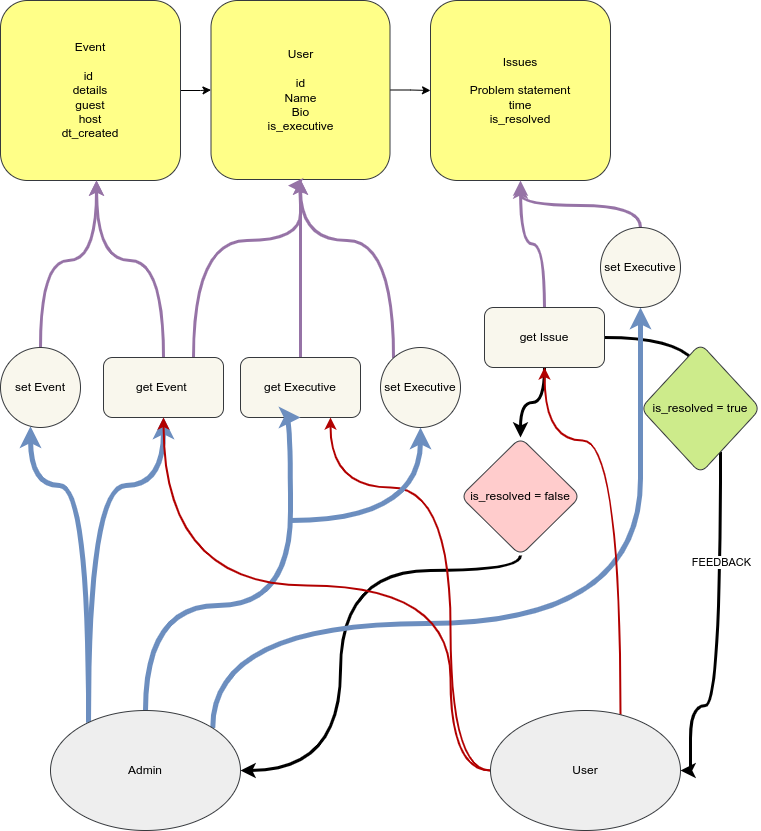
Before: backend_design.png, a diagram exported from draw.io (blackprince001/ACES-Telegram-Bot-Backend). Source tidied: cells renumbered, new cells last; positions are measured from the earlier drawing's top-left corner, leaving out a move shared by most shapes.
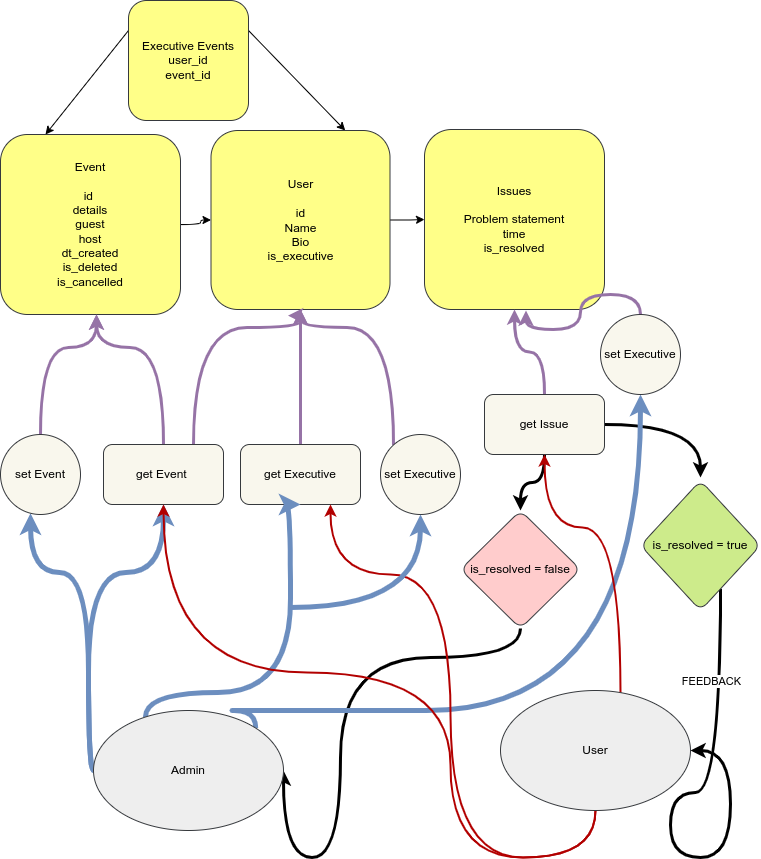
After the commit.

Commit message:
upd: Project database redesign

Diff of the diagram source:
```diff
@@ -2,20 +2,29 @@
   <root>
     <mxCell id="0" />
     <mxCell id="1" parent="0" />
+    <mxCell id="37" style="edgeStyle=none;html=1;entryX=0.75;entryY=0;entryDx=0;entryDy=0;exitX=1;exitY=0.25;exitDx=0;exitDy=0;" parent="1" edge="1" source="39" target="6">
+      <mxGeometry relative="1" as="geometry" />
+    </mxCell>
+    <mxCell id="38" style="edgeStyle=none;html=1;exitX=0;exitY=0.25;exitDx=0;exitDy=0;entryX=0.25;entryY=0;entryDx=0;entryDy=0;" parent="1" edge="1" source="39" target="3">
+      <mxGeometry relative="1" as="geometry" />
+    </mxCell>
+    <mxCell id="39" value="Executive Events&lt;br&gt;user_id&lt;br&gt;event_id" style="whiteSpace=wrap;html=1;fillColor=#ffff88;strokeColor=#36393d;rounded=1;" parent="1" vertex="1">
+      <mxGeometry x="128" y="-87" width="120" height="120" as="geometry" />
+    </mxCell>
     <mxCell id="2" style="edgeStyle=orthogonalEdgeStyle;rounded=1;jettySize=auto;html=1;curved=1;" parent="1" edge="1" source="3" target="6">
       <mxGeometry relative="1" as="geometry" />
     </mxCell>
-    <mxCell id="3" value="Event&lt;br&gt;&lt;br&gt;id&amp;nbsp;&lt;br&gt;details&lt;br&gt;guest&lt;br&gt;host&lt;br&gt;dt_created" style="whiteSpace=wrap;html=1;fillColor=#ffff88;strokeColor=#36393d;rounded=1;" parent="1" vertex="1">
-      <mxGeometry width="180" height="180" as="geometry" />
+    <mxCell id="3" value="Event&lt;br&gt;&lt;br&gt;id&amp;nbsp;&lt;br&gt;details&lt;br&gt;guest&lt;br&gt;host&lt;br&gt;dt_created&lt;br&gt;is_deleted&lt;br&gt;is_cancelled" style="whiteSpace=wrap;html=1;fillColor=#ffff88;strokeColor=#36393d;rounded=1;" parent="1" vertex="1">
+      <mxGeometry y="47" width="180" height="180" as="geometry" />
     </mxCell>
     <mxCell id="4" value="Issues&lt;br&gt;&lt;br&gt;Problem statement&lt;br&gt;time&lt;br&gt;is_resolved&lt;br&gt;" style="whiteSpace=wrap;html=1;fillColor=#ffff88;strokeColor=#36393d;rounded=1;" parent="1" vertex="1">
-      <mxGeometry x="430" width="180" height="180" as="geometry" />
+      <mxGeometry x="424" y="42" width="180" height="180" as="geometry" />
     </mxCell>
     <mxCell id="5" style="edgeStyle=orthogonalEdgeStyle;rounded=1;jettySize=auto;html=1;curved=1;" parent="1" edge="1" source="6" target="4">
       <mxGeometry relative="1" as="geometry" />
     </mxCell>
     <mxCell id="6" value="User&lt;br&gt;&lt;br&gt;id&lt;br&gt;Name&lt;br&gt;Bio&lt;br&gt;is_executive" style="whiteSpace=wrap;html=1;fillColor=#ffff88;strokeColor=#36393d;rounded=1;" parent="1" vertex="1">
-      <mxGeometry x="210.5" width="179" height="179" as="geometry" />
+      <mxGeometry x="210.5" y="43" width="179" height="179" as="geometry" />
     </mxCell>
     <mxCell id="7" style="edgeStyle=orthogonalEdgeStyle;rounded=1;jettySize=auto;html=1;fillColor=#e1d5e7;strokeColor=#9673a6;strokeWidth=3;curved=1;" parent="1" edge="1" source="10" target="3">
       <mxGeometry relative="1" as="geometry">
@@ -73,18 +82,20 @@
       <mxGeometry relative="1" as="geometry">
         <Array as="points">
           <mxPoint x="720" y="705" />
-          <mxPoint x="690" y="705" />
-          <mxPoint x="690" y="770" />
+          <mxPoint x="670" y="705" />
+          <mxPoint x="670" y="770" />
+          <mxPoint x="730" y="770" />
+          <mxPoint x="730" y="663" />
         </Array>
       </mxGeometry>
     </mxCell>
     <mxCell id="18" value="FEEDBACK" style="edgeLabel;html=1;align=center;verticalAlign=middle;rounded=1;" parent="17" vertex="1">
       <mxGeometry x="-0.39" y="2" relative="1" as="geometry">
-        <mxPoint x="-2" as="offset" />
+        <mxPoint x="-12" y="-69" as="offset" />
       </mxGeometry>
     </mxCell>
     <mxCell id="19" value="is_resolved = true" style="rhombus;whiteSpace=wrap;html=1;rounded=1;fillColor=#cdeb8b;strokeColor=#36393d;" parent="1" vertex="1">
-      <mxGeometry x="640" y="343" width="120" height="130" as="geometry" />
+      <mxGeometry x="640" y="393" width="120" height="130" as="geometry" />
     </mxCell>
     <mxCell id="20" style="edgeStyle=orthogonalEdgeStyle;rounded=1;jettySize=auto;html=1;entryX=1;entryY=0.5;entryDx=0;entryDy=0;strokeWidth=3;curved=1;" parent="1" edge="1" source="21" target="29">
       <mxGeometry relative="1" as="geometry">
@@ -95,7 +106,7 @@
       </mxGeometry>
     </mxCell>
     <mxCell id="21" value="is_resolved = false" style="rhombus;whiteSpace=wrap;html=1;rounded=1;fillColor=#ffcccc;strokeColor=#36393d;" parent="1" vertex="1">
-      <mxGeometry x="460" y="437" width="120" height="118" as="geometry" />
+      <mxGeometry x="460" y="423" width="120" height="118" as="geometry" />
     </mxCell>
     <mxCell id="22" style="edgeStyle=orthogonalEdgeStyle;rounded=1;jettySize=auto;html=1;fillColor=#e1d5e7;strokeColor=#9673a6;strokeWidth=3;curved=1;" parent="1" edge="1" source="24" target="3">
       <mxGeometry relative="1" as="geometry">
@@ -146,7 +157,7 @@
       </mxGeometry>
     </mxCell>
     <mxCell id="29" value="Admin" style="ellipse;whiteSpace=wrap;html=1;fillColor=#eeeeee;strokeColor=#36393d;rounded=1;" parent="1" vertex="1">
-      <mxGeometry x="50" y="710" width="190" height="120" as="geometry" />
+      <mxGeometry x="93" y="623" width="190" height="120" as="geometry" />
     </mxCell>
     <mxCell id="30" style="edgeStyle=orthogonalEdgeStyle;rounded=1;jettySize=auto;html=1;entryX=0.5;entryY=1;entryDx=0;entryDy=0;fillColor=#e51400;strokeColor=#B20000;strokeWidth=2;curved=1;" parent="1" edge="1" source="33" target="16">
       <mxGeometry relative="1" as="geometry">
@@ -175,7 +186,7 @@
       </mxGeometry>
     </mxCell>
     <mxCell id="33" value="User" style="ellipse;whiteSpace=wrap;html=1;fillColor=#eeeeee;strokeColor=#36393d;rounded=1;" parent="1" vertex="1">
-      <mxGeometry x="490" y="710" width="190" height="120" as="geometry" />
+      <mxGeometry x="500" y="603" width="190" height="120" as="geometry" />
     </mxCell>
     <mxCell id="34" style="endArrow=classic;html=1;rounded=1;fillColor=#dae8fc;strokeColor=#6c8ebf;gradientColor=#7ea6e0;strokeWidth=5;curved=1;" parent="1" edge="1" target="26">
       <mxGeometry relative="1" as="geometry">
@@ -185,10 +196,8 @@
         </Array>
       </mxGeometry>
     </mxCell>
-    <mxCell id="35" style="edgeStyle=orthogonalEdgeStyle;jettySize=auto;html=1;exitX=0.5;exitY=0;exitDx=0;exitDy=0;strokeColor=#9673A6;strokeWidth=3;curved=1;" parent="1" edge="1" source="36">
-      <mxGeometry relative="1" as="geometry">
-        <mxPoint x="520" y="183" as="targetPoint" />
-      </mxGeometry>
+    <mxCell id="35" style="edgeStyle=orthogonalEdgeStyle;jettySize=auto;html=1;exitX=0.5;exitY=0;exitDx=0;exitDy=0;strokeColor=#9673A6;strokeWidth=3;curved=1;entryX=0.564;entryY=1.006;entryDx=0;entryDy=0;entryPerimeter=0;" parent="1" edge="1" source="36" target="4">
+      <mxGeometry relative="1" as="geometry" />
     </mxCell>
     <mxCell id="36" value="set Executive" style="ellipse;whiteSpace=wrap;html=1;fillColor=#f9f7ed;strokeColor=#36393d;rounded=1;" parent="1" vertex="1">
       <mxGeometry x="600" y="227" width="80" height="80" as="geometry" />
```
